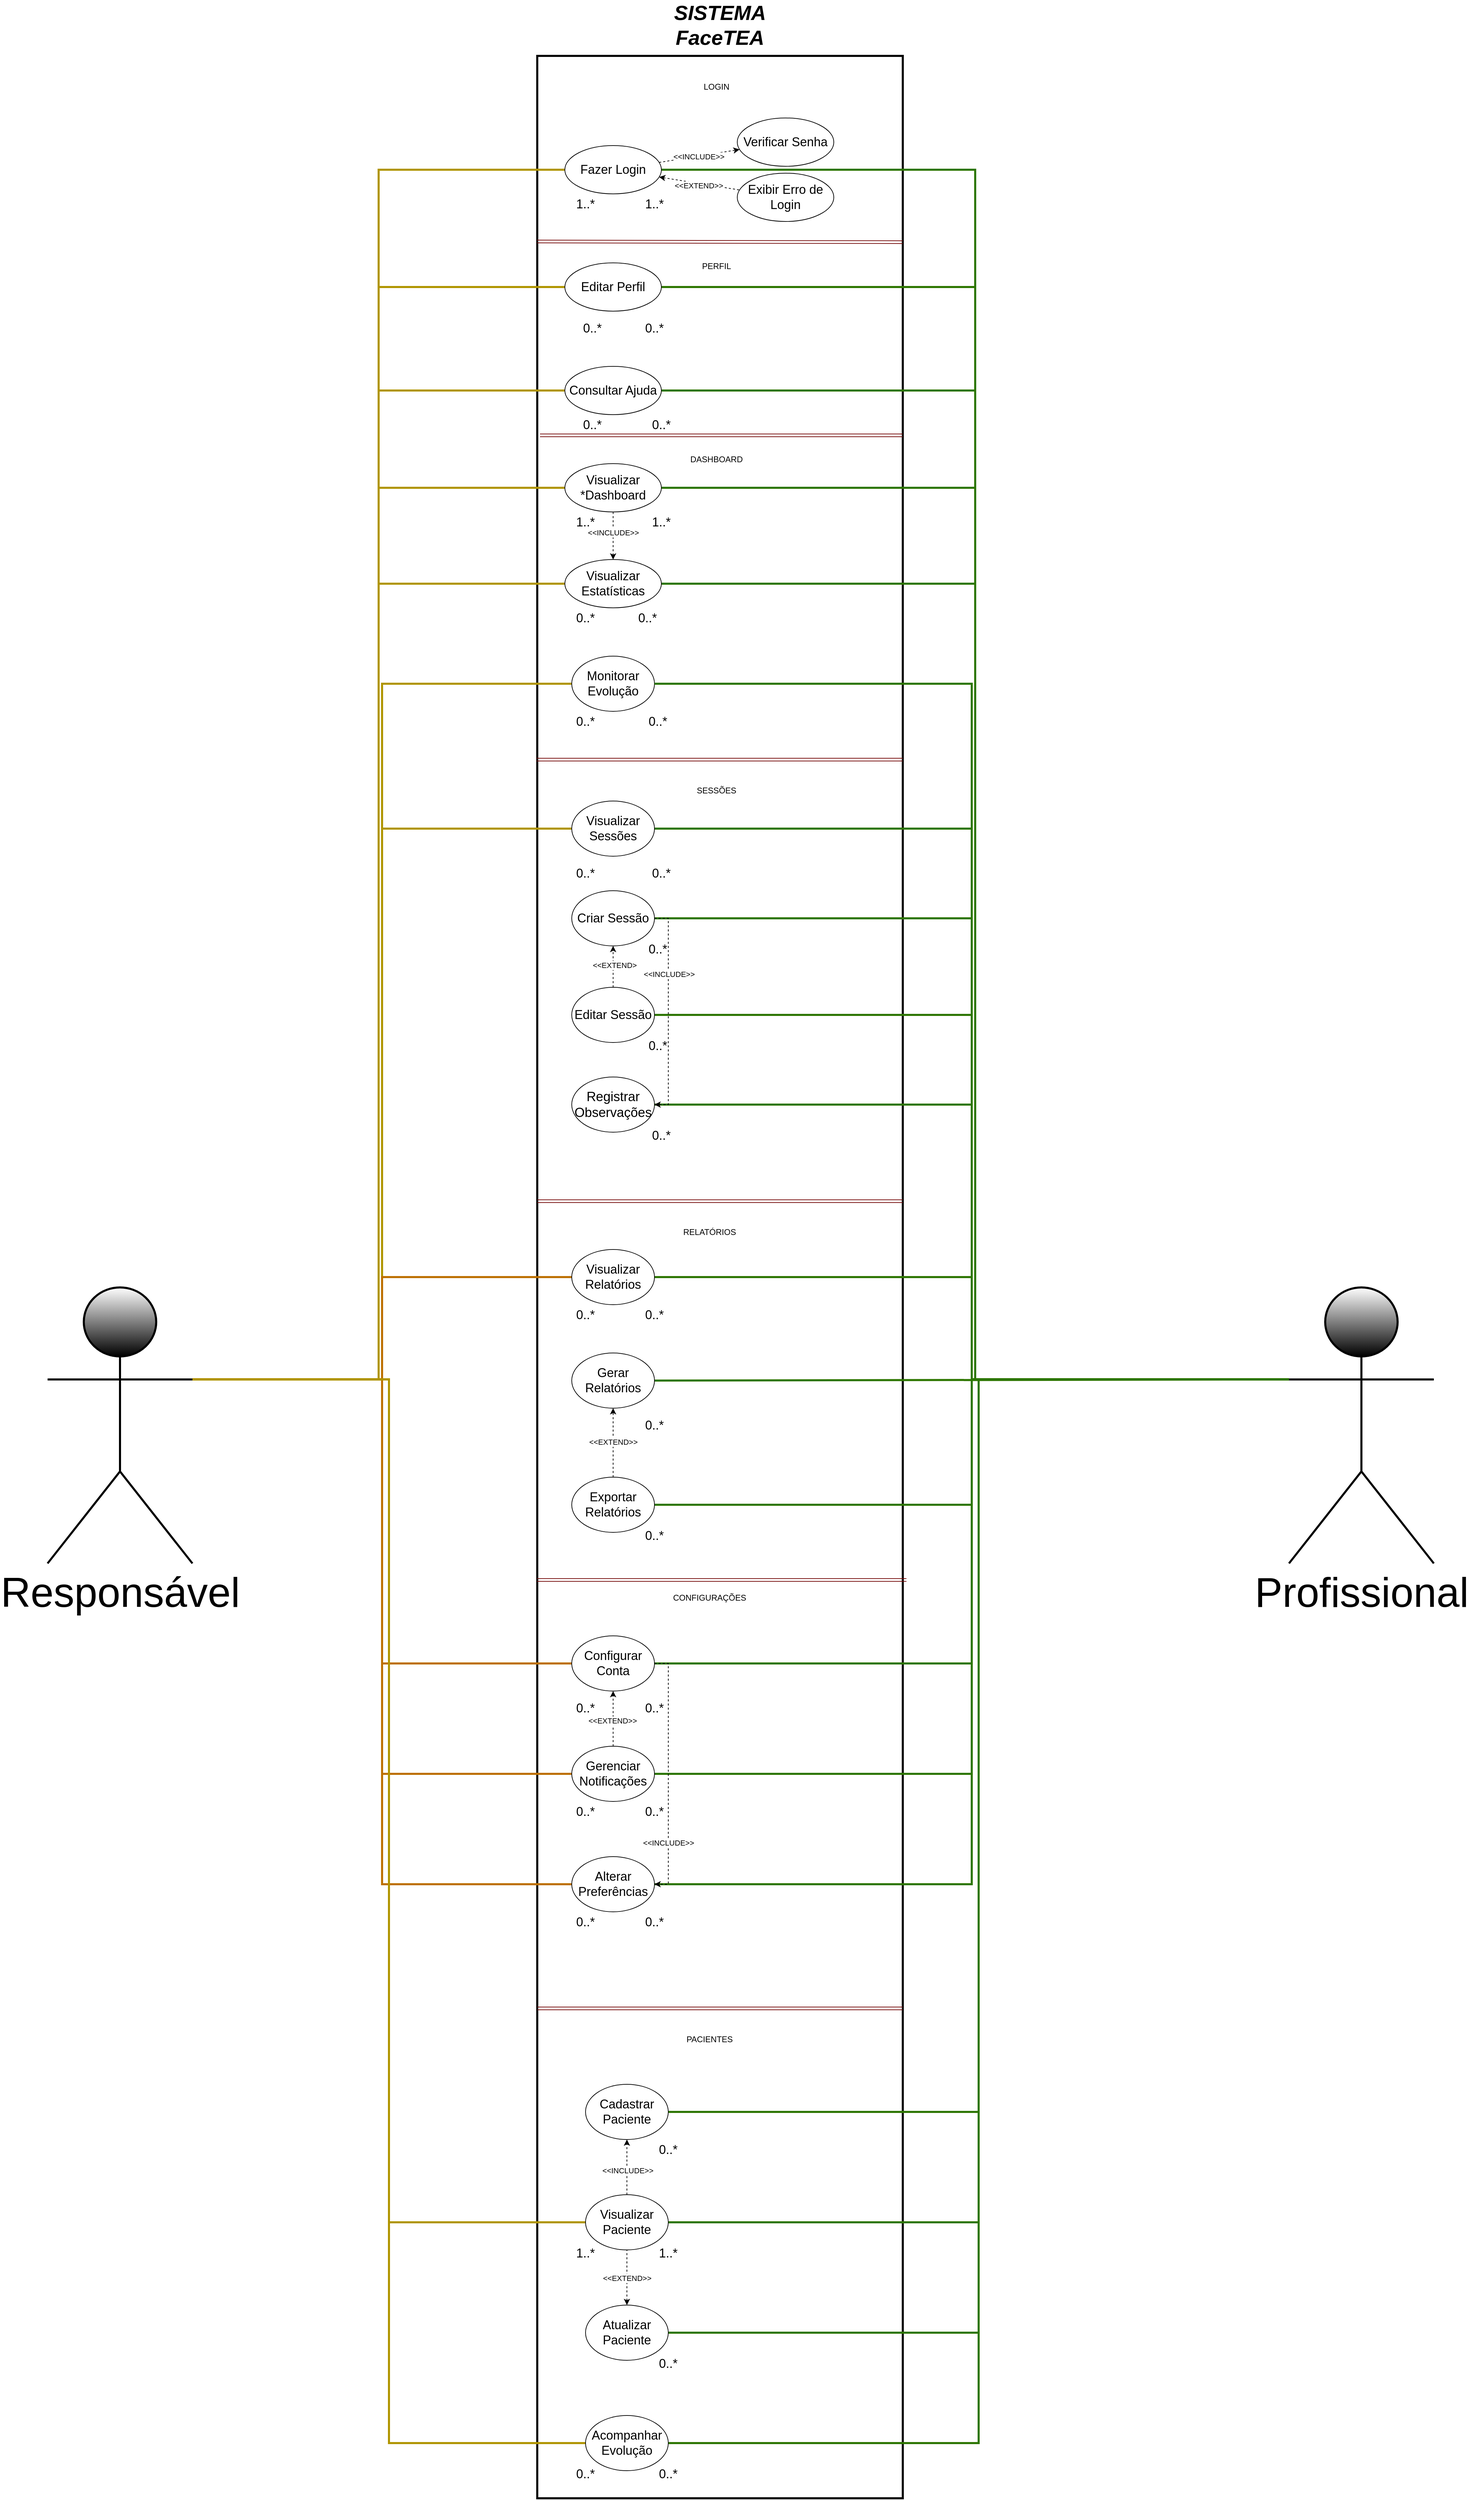
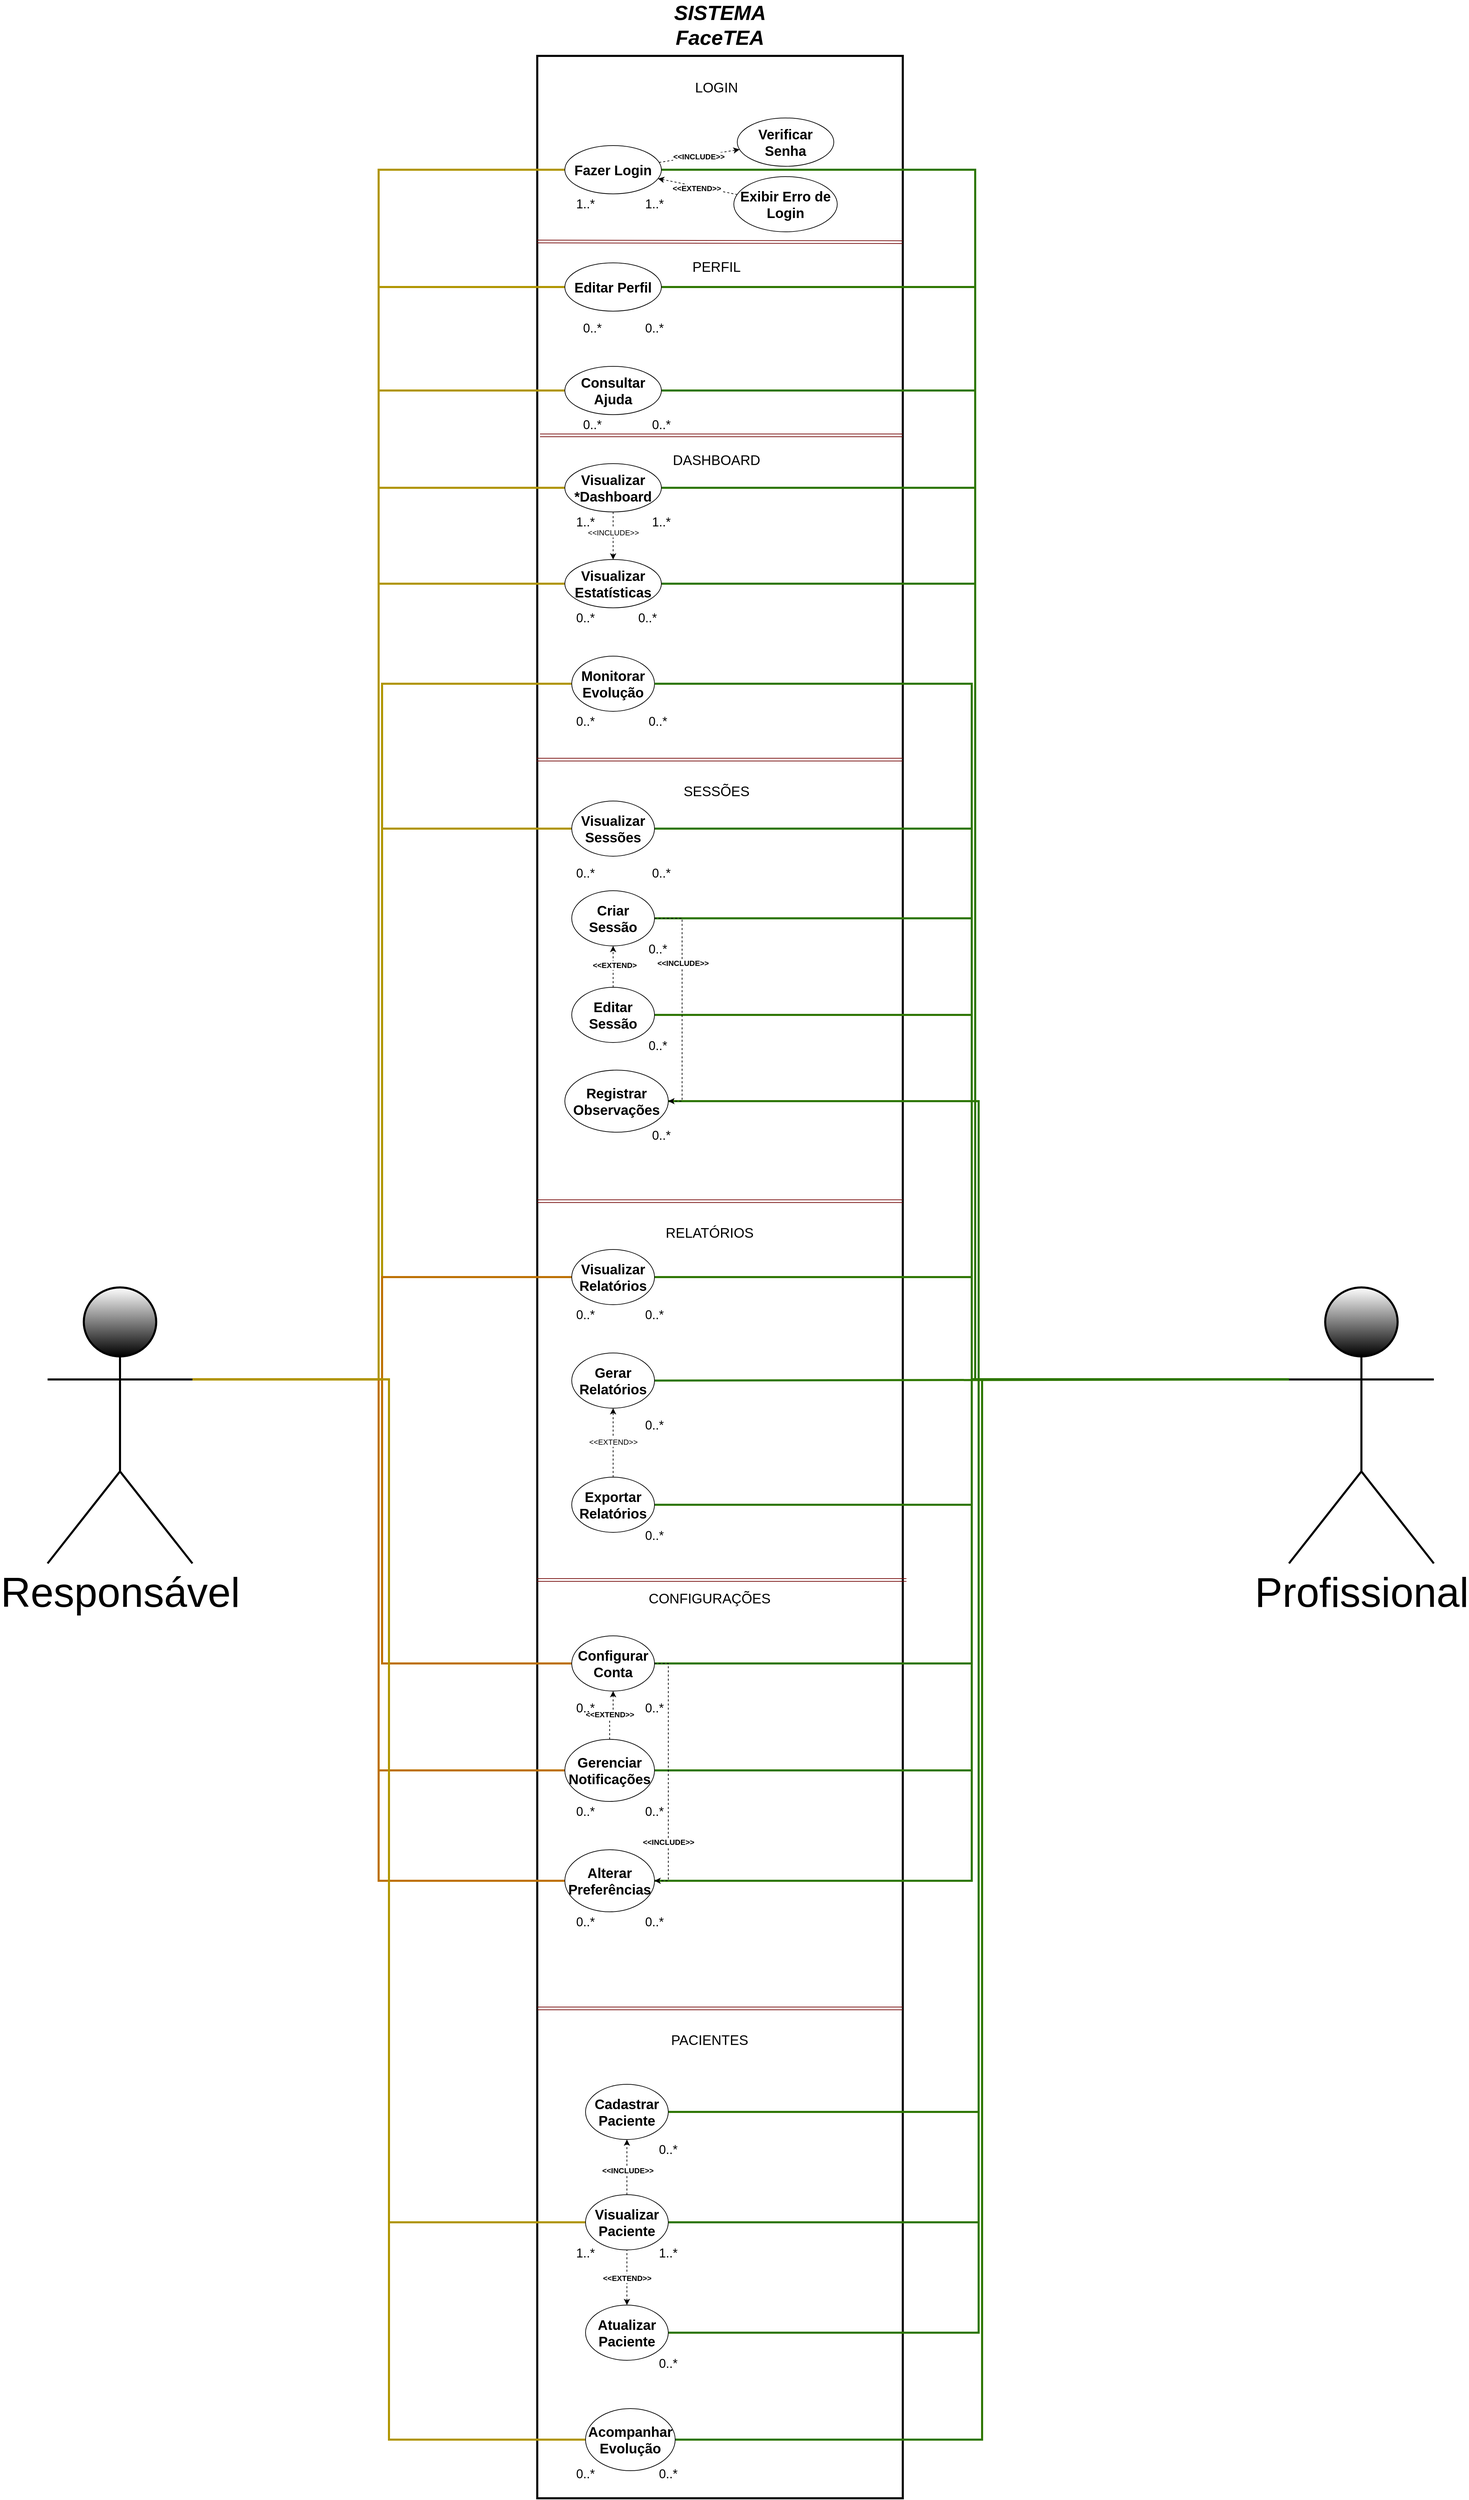
<mxfile host="app.diagrams.net">
  <diagram name="Página-1" id="wAwaVRRgKQb45Rm1WtBZ">
-     <mxGraphModel dx="2267" dy="3124" grid="1" gridSize="10" guides="1" tooltips="1" connect="1" arrows="1" fold="1" page="1" pageScale="1" pageWidth="827" pageHeight="1169" background="light-dark(#FFFFFF,#000000)" math="0" shadow="0">
+     <mxGraphModel dx="1947" dy="2949" grid="1" gridSize="10" guides="1" tooltips="1" connect="1" arrows="1" fold="1" page="1" pageScale="1" pageWidth="827" pageHeight="1169" background="light-dark(#FFFFFF,#000000)" math="0" shadow="0">
      <root>
        <mxCell id="0" />
        <mxCell id="1" parent="0" />
        <mxCell id="7WdlsepIOddqpcRV5udR-1" parent="1" style="html=1;whiteSpace=wrap;fillColor=default;glass=0;gradientColor=none;strokeWidth=3;rounded=0;" value="" vertex="1">
          <mxGeometry height="3540" width="530" x="120" y="-1210" as="geometry" />
        </mxCell>
        <mxCell id="KA4s85TejAeM4imuWEd4-14" edge="1" parent="1" source="ZZJY9X5MEdcNh8MglXY3-1" style="rounded=0;orthogonalLoop=1;jettySize=auto;html=1;exitX=0;exitY=0.3333333333333333;exitDx=0;exitDy=0;exitPerimeter=0;entryX=1;entryY=0.5;entryDx=0;entryDy=0;endArrow=none;endFill=0;fillColor=#60a917;strokeColor=#2D7600;strokeWidth=3;edgeStyle=orthogonalEdgeStyle;" target="7WdlsepIOddqpcRV5udR-13">
          <mxGeometry relative="1" as="geometry" />
        </mxCell>
        <mxCell id="KA4s85TejAeM4imuWEd4-15" edge="1" parent="1" source="ZZJY9X5MEdcNh8MglXY3-1" style="rounded=0;orthogonalLoop=1;jettySize=auto;html=1;exitX=0;exitY=0.3333333333333333;exitDx=0;exitDy=0;exitPerimeter=0;entryX=1;entryY=0.5;entryDx=0;entryDy=0;endArrow=none;endFill=0;fillColor=#60a917;strokeColor=#2D7600;strokeWidth=3;edgeStyle=orthogonalEdgeStyle;" target="7WdlsepIOddqpcRV5udR-10">
          <mxGeometry relative="1" as="geometry" />
        </mxCell>
        <mxCell id="KA4s85TejAeM4imuWEd4-32" edge="1" parent="1" source="ZZJY9X5MEdcNh8MglXY3-1" style="rounded=0;orthogonalLoop=1;jettySize=auto;html=1;exitX=0;exitY=0.3333333333333333;exitDx=0;exitDy=0;exitPerimeter=0;entryX=1;entryY=0.5;entryDx=0;entryDy=0;fillColor=#60a917;strokeColor=#2D7600;endArrow=none;endFill=0;strokeWidth=3;edgeStyle=orthogonalEdgeStyle;" target="KA4s85TejAeM4imuWEd4-27">
          <mxGeometry relative="1" as="geometry" />
        </mxCell>
        <mxCell id="KA4s85TejAeM4imuWEd4-33" edge="1" parent="1" source="ZZJY9X5MEdcNh8MglXY3-1" style="rounded=0;orthogonalLoop=1;jettySize=auto;html=1;exitX=0;exitY=0.3333333333333333;exitDx=0;exitDy=0;exitPerimeter=0;entryX=1;entryY=0.5;entryDx=0;entryDy=0;fillColor=#60a917;strokeColor=#2D7600;endArrow=none;endFill=0;strokeWidth=3;edgeStyle=orthogonalEdgeStyle;" target="KA4s85TejAeM4imuWEd4-28">
          <mxGeometry relative="1" as="geometry" />
        </mxCell>
        <mxCell id="KA4s85TejAeM4imuWEd4-34" edge="1" parent="1" source="ZZJY9X5MEdcNh8MglXY3-1" style="rounded=0;orthogonalLoop=1;jettySize=auto;html=1;exitX=0;exitY=0.3333333333333333;exitDx=0;exitDy=0;exitPerimeter=0;entryX=1;entryY=0.5;entryDx=0;entryDy=0;fillColor=#60a917;strokeColor=#2D7600;endArrow=none;endFill=0;strokeWidth=3;edgeStyle=orthogonalEdgeStyle;" target="KA4s85TejAeM4imuWEd4-29">
          <mxGeometry relative="1" as="geometry" />
        </mxCell>
        <mxCell id="KA4s85TejAeM4imuWEd4-35" edge="1" parent="1" source="ZZJY9X5MEdcNh8MglXY3-1" style="rounded=0;orthogonalLoop=1;jettySize=auto;html=1;exitX=0;exitY=0.3333333333333333;exitDx=0;exitDy=0;exitPerimeter=0;entryX=1;entryY=0.5;entryDx=0;entryDy=0;fillColor=#60a917;strokeColor=#2D7600;endArrow=none;endFill=0;strokeWidth=3;edgeStyle=orthogonalEdgeStyle;" target="KA4s85TejAeM4imuWEd4-30">
          <mxGeometry relative="1" as="geometry" />
        </mxCell>
        <mxCell id="vPLh9CCOrqmOp60KRUP1-12" edge="1" parent="1" source="ZZJY9X5MEdcNh8MglXY3-1" style="edgeStyle=orthogonalEdgeStyle;rounded=0;orthogonalLoop=1;jettySize=auto;html=1;exitX=0;exitY=0.3333333333333333;exitDx=0;exitDy=0;exitPerimeter=0;entryX=1;entryY=0.5;entryDx=0;entryDy=0;fillColor=#60a917;strokeColor=#2D7600;strokeWidth=3;endArrow=none;endFill=0;" target="vPLh9CCOrqmOp60KRUP1-8">
          <mxGeometry relative="1" as="geometry" />
        </mxCell>
        <mxCell id="vPLh9CCOrqmOp60KRUP1-13" edge="1" parent="1" source="ZZJY9X5MEdcNh8MglXY3-1" style="edgeStyle=none;rounded=0;orthogonalLoop=1;jettySize=auto;html=1;exitX=0;exitY=0.3333333333333333;exitDx=0;exitDy=0;exitPerimeter=0;entryX=1;entryY=0.5;entryDx=0;entryDy=0;fillColor=#60a917;strokeColor=#2D7600;strokeWidth=3;endArrow=none;endFill=0;" target="vPLh9CCOrqmOp60KRUP1-10">
          <mxGeometry relative="1" as="geometry" />
        </mxCell>
        <mxCell id="vPLh9CCOrqmOp60KRUP1-14" edge="1" parent="1" source="ZZJY9X5MEdcNh8MglXY3-1" style="edgeStyle=orthogonalEdgeStyle;rounded=0;orthogonalLoop=1;jettySize=auto;html=1;exitX=0;exitY=0.3333333333333333;exitDx=0;exitDy=0;exitPerimeter=0;entryX=1;entryY=0.5;entryDx=0;entryDy=0;fillColor=#60a917;strokeColor=#2D7600;strokeWidth=3;endArrow=none;endFill=0;" target="vPLh9CCOrqmOp60KRUP1-9">
          <mxGeometry relative="1" as="geometry" />
        </mxCell>
        <mxCell id="nn_2OTvaOABaz-Tw27n3-1" edge="1" parent="1" source="ZZJY9X5MEdcNh8MglXY3-1" style="rounded=0;orthogonalLoop=1;jettySize=auto;html=1;exitX=0;exitY=0.3333333333333333;exitDx=0;exitDy=0;exitPerimeter=0;entryX=1;entryY=0.5;entryDx=0;entryDy=0;strokeWidth=3;fillColor=#60a917;strokeColor=#2D7600;endArrow=none;endFill=0;edgeStyle=orthogonalEdgeStyle;" target="vPLh9CCOrqmOp60KRUP1-21">
          <mxGeometry relative="1" as="geometry" />
        </mxCell>
        <mxCell id="nn_2OTvaOABaz-Tw27n3-2" edge="1" parent="1" source="ZZJY9X5MEdcNh8MglXY3-1" style="rounded=0;orthogonalLoop=1;jettySize=auto;html=1;entryX=1;entryY=0.5;entryDx=0;entryDy=0;strokeWidth=3;fillColor=#60a917;strokeColor=#2D7600;endArrow=none;endFill=0;exitX=0;exitY=0.3333333333333333;exitDx=0;exitDy=0;exitPerimeter=0;edgeStyle=orthogonalEdgeStyle;" target="vPLh9CCOrqmOp60KRUP1-22">
          <mxGeometry relative="1" as="geometry" />
        </mxCell>
        <mxCell id="nn_2OTvaOABaz-Tw27n3-3" edge="1" parent="1" source="ZZJY9X5MEdcNh8MglXY3-1" style="rounded=0;orthogonalLoop=1;jettySize=auto;html=1;exitX=0;exitY=0.3333333333333333;exitDx=0;exitDy=0;exitPerimeter=0;entryX=1;entryY=0.5;entryDx=0;entryDy=0;fillColor=#60a917;strokeColor=#2D7600;strokeWidth=3;endArrow=none;endFill=0;edgeStyle=orthogonalEdgeStyle;" target="vPLh9CCOrqmOp60KRUP1-23">
          <mxGeometry relative="1" as="geometry" />
        </mxCell>
        <mxCell id="nn_2OTvaOABaz-Tw27n3-34" edge="1" parent="1" source="ZZJY9X5MEdcNh8MglXY3-1" style="rounded=0;orthogonalLoop=1;jettySize=auto;html=1;exitX=0;exitY=0.3333333333333333;exitDx=0;exitDy=0;exitPerimeter=0;entryX=1;entryY=0.5;entryDx=0;entryDy=0;endArrow=none;endFill=0;strokeWidth=3;fillColor=#60a917;strokeColor=#2D7600;edgeStyle=orthogonalEdgeStyle;" target="nn_2OTvaOABaz-Tw27n3-33">
          <mxGeometry relative="1" as="geometry" />
        </mxCell>
        <mxCell id="nn_2OTvaOABaz-Tw27n3-35" edge="1" parent="1" source="ZZJY9X5MEdcNh8MglXY3-1" style="rounded=0;orthogonalLoop=1;jettySize=auto;html=1;exitX=0;exitY=0.3333333333333333;exitDx=0;exitDy=0;exitPerimeter=0;entryX=1;entryY=0.5;entryDx=0;entryDy=0;endArrow=none;endFill=0;strokeWidth=3;fillColor=#60a917;strokeColor=#2D7600;edgeStyle=orthogonalEdgeStyle;" target="nn_2OTvaOABaz-Tw27n3-32">
          <mxGeometry relative="1" as="geometry" />
        </mxCell>
        <mxCell id="nn_2OTvaOABaz-Tw27n3-36" edge="1" parent="1" source="ZZJY9X5MEdcNh8MglXY3-1" style="rounded=0;orthogonalLoop=1;jettySize=auto;html=1;exitX=0;exitY=0.3333333333333333;exitDx=0;exitDy=0;exitPerimeter=0;entryX=1;entryY=0.5;entryDx=0;entryDy=0;endArrow=none;endFill=0;strokeWidth=3;fillColor=#60a917;strokeColor=#2D7600;edgeStyle=orthogonalEdgeStyle;" target="nn_2OTvaOABaz-Tw27n3-31">
          <mxGeometry relative="1" as="geometry" />
        </mxCell>
        <mxCell id="nn_2OTvaOABaz-Tw27n3-37" edge="1" parent="1" source="ZZJY9X5MEdcNh8MglXY3-1" style="rounded=0;orthogonalLoop=1;jettySize=auto;html=1;exitX=0;exitY=0.3333333333333333;exitDx=0;exitDy=0;exitPerimeter=0;entryX=1;entryY=0.5;entryDx=0;entryDy=0;endArrow=none;endFill=0;strokeWidth=3;fillColor=#60a917;strokeColor=#2D7600;edgeStyle=orthogonalEdgeStyle;" target="nn_2OTvaOABaz-Tw27n3-30">
          <mxGeometry relative="1" as="geometry" />
        </mxCell>
        <mxCell id="ZZJY9X5MEdcNh8MglXY3-1" parent="1" style="shape=umlActor;verticalLabelPosition=bottom;verticalAlign=top;html=1;fillColor=default;gradientColor=default;rounded=0;strokeWidth=3;" value="&lt;font style=&quot;font-size: 60px;&quot;&gt;Profissional&lt;/font&gt;" vertex="1">
          <mxGeometry height="400" width="210" x="1210" y="575" as="geometry" />
        </mxCell>
        <mxCell id="7WdlsepIOddqpcRV5udR-16" edge="1" parent="1" source="7WdlsepIOddqpcRV5udR-3" style="rounded=0;orthogonalLoop=1;jettySize=auto;html=1;dashed=1;" target="7WdlsepIOddqpcRV5udR-15">
          <mxGeometry relative="1" as="geometry" />
        </mxCell>
-         <mxCell id="KA4s85TejAeM4imuWEd4-2" connectable="0" parent="7WdlsepIOddqpcRV5udR-16" style="edgeLabel;html=1;align=center;verticalAlign=middle;resizable=0;points=[];rounded=0;" value="&amp;lt;&amp;lt;INCLUDE&amp;gt;&amp;gt;" vertex="1">
+         <mxCell id="KA4s85TejAeM4imuWEd4-2" connectable="0" parent="7WdlsepIOddqpcRV5udR-16" style="edgeLabel;html=1;align=center;verticalAlign=middle;resizable=0;points=[];rounded=0;" value="&lt;b&gt;&amp;lt;&amp;lt;INCLUDE&amp;gt;&amp;gt;&lt;/b&gt;" vertex="1">
          <mxGeometry relative="1" x="-0.0277" as="geometry">
            <mxPoint as="offset" />
          </mxGeometry>
        </mxCell>
        <mxCell id="7WdlsepIOddqpcRV5udR-17" edge="1" parent="1" source="7WdlsepIOddqpcRV5udR-3" style="rounded=0;orthogonalLoop=1;jettySize=auto;html=1;dashed=1;startArrow=classic;startFill=1;endArrow=none;endFill=0;" target="7WdlsepIOddqpcRV5udR-14">
          <mxGeometry relative="1" as="geometry" />
        </mxCell>
-         <mxCell id="KA4s85TejAeM4imuWEd4-3" connectable="0" parent="7WdlsepIOddqpcRV5udR-17" style="edgeLabel;html=1;align=center;verticalAlign=middle;resizable=0;points=[];rounded=0;" value="&amp;lt;&amp;lt;EXTEND&amp;gt;&amp;gt;" vertex="1">
+         <mxCell id="KA4s85TejAeM4imuWEd4-3" connectable="0" parent="7WdlsepIOddqpcRV5udR-17" style="edgeLabel;html=1;align=center;verticalAlign=middle;resizable=0;points=[];rounded=0;" value="&lt;b&gt;&amp;lt;&amp;lt;EXTEND&amp;gt;&amp;gt;&lt;/b&gt;" vertex="1">
          <mxGeometry relative="1" x="-0.0185" y="-3" as="geometry">
            <mxPoint as="offset" />
          </mxGeometry>
        </mxCell>
        <mxCell id="7WdlsepIOddqpcRV5udR-21" edge="1" parent="1" source="7WdlsepIOddqpcRV5udR-3" style="rounded=0;orthogonalLoop=1;jettySize=auto;html=1;exitX=1;exitY=0.5;exitDx=0;exitDy=0;endArrow=none;endFill=0;entryX=0;entryY=0.3333333333333333;entryDx=0;entryDy=0;entryPerimeter=0;startArrow=none;startFill=0;fillColor=#60a917;strokeColor=#2D7600;strokeWidth=3;edgeStyle=orthogonalEdgeStyle;" target="ZZJY9X5MEdcNh8MglXY3-1">
          <mxGeometry relative="1" as="geometry" />
        </mxCell>
        <mxCell id="7WdlsepIOddqpcRV5udR-22" edge="1" parent="1" source="7WdlsepIOddqpcRV5udR-3" style="rounded=0;orthogonalLoop=1;jettySize=auto;html=1;exitX=0;exitY=0.5;exitDx=0;exitDy=0;endArrow=none;endFill=0;entryX=1;entryY=0.3333333333333333;entryDx=0;entryDy=0;entryPerimeter=0;startArrow=none;startFill=0;edgeStyle=orthogonalEdgeStyle;fillColor=#e3c800;strokeColor=#B09500;strokeWidth=3;" target="7WdlsepIOddqpcRV5udR-9">
          <mxGeometry relative="1" as="geometry">
            <mxPoint x="-10" y="-970" as="targetPoint" />
          </mxGeometry>
        </mxCell>
-         <mxCell id="7WdlsepIOddqpcRV5udR-3" parent="1" style="ellipse;whiteSpace=wrap;html=1;rounded=0;" value="&lt;font style=&quot;font-size: 18px;&quot;&gt;Fazer Login&lt;/font&gt;" vertex="1">
+         <mxCell id="7WdlsepIOddqpcRV5udR-3" parent="1" style="ellipse;whiteSpace=wrap;html=1;rounded=0;" value="&lt;font style=&quot;font-size: 20px;&quot;&gt;&lt;b style=&quot;&quot;&gt;Fazer Login&lt;/b&gt;&lt;/font&gt;" vertex="1">
          <mxGeometry height="70" width="140" x="160" y="-1080" as="geometry" />
        </mxCell>
        <mxCell id="KA4s85TejAeM4imuWEd4-6" edge="1" parent="1" source="7WdlsepIOddqpcRV5udR-9" style="rounded=0;orthogonalLoop=1;jettySize=auto;html=1;exitX=1;exitY=0.3333333333333333;exitDx=0;exitDy=0;exitPerimeter=0;entryX=0;entryY=0.5;entryDx=0;entryDy=0;endArrow=none;endFill=0;edgeStyle=orthogonalEdgeStyle;fillColor=#e3c800;strokeColor=#B09500;strokeWidth=3;" target="7WdlsepIOddqpcRV5udR-13">
          <mxGeometry relative="1" as="geometry" />
        </mxCell>
        <mxCell id="KA4s85TejAeM4imuWEd4-7" edge="1" parent="1" source="7WdlsepIOddqpcRV5udR-9" style="rounded=0;orthogonalLoop=1;jettySize=auto;html=1;exitX=1;exitY=0.3333333333333333;exitDx=0;exitDy=0;exitPerimeter=0;entryX=0;entryY=0.5;entryDx=0;entryDy=0;endArrow=none;endFill=0;edgeStyle=orthogonalEdgeStyle;fillColor=#e3c800;strokeColor=#B09500;strokeWidth=3;" target="7WdlsepIOddqpcRV5udR-10">
          <mxGeometry relative="1" as="geometry" />
        </mxCell>
        <mxCell id="KA4s85TejAeM4imuWEd4-8" edge="1" parent="1" source="7WdlsepIOddqpcRV5udR-9" style="rounded=0;orthogonalLoop=1;jettySize=auto;html=1;exitX=1;exitY=0.3333333333333333;exitDx=0;exitDy=0;exitPerimeter=0;entryX=0;entryY=0.5;entryDx=0;entryDy=0;endArrow=none;endFill=0;edgeStyle=orthogonalEdgeStyle;fillColor=#e3c800;strokeColor=#B09500;strokeWidth=3;" target="KA4s85TejAeM4imuWEd4-4">
          <mxGeometry relative="1" as="geometry" />
        </mxCell>
        <mxCell id="KA4s85TejAeM4imuWEd4-31" edge="1" parent="1" source="7WdlsepIOddqpcRV5udR-9" style="rounded=0;orthogonalLoop=1;jettySize=auto;html=1;exitX=1;exitY=0.3333333333333333;exitDx=0;exitDy=0;exitPerimeter=0;entryX=0;entryY=0.5;entryDx=0;entryDy=0;endArrow=none;endFill=0;fillColor=#e3c800;strokeColor=#B09500;strokeWidth=3;edgeStyle=orthogonalEdgeStyle;" target="KA4s85TejAeM4imuWEd4-27">
          <mxGeometry relative="1" as="geometry" />
        </mxCell>
        <mxCell id="vPLh9CCOrqmOp60KRUP1-15" edge="1" parent="1" source="7WdlsepIOddqpcRV5udR-9" style="edgeStyle=orthogonalEdgeStyle;rounded=0;orthogonalLoop=1;jettySize=auto;html=1;exitX=1;exitY=0.3333333333333333;exitDx=0;exitDy=0;exitPerimeter=0;entryX=0;entryY=0.5;entryDx=0;entryDy=0;fillColor=#f0a30a;strokeColor=#BD7000;strokeWidth=3;endArrow=none;endFill=0;" target="vPLh9CCOrqmOp60KRUP1-8">
          <mxGeometry relative="1" as="geometry" />
        </mxCell>
        <mxCell id="nn_2OTvaOABaz-Tw27n3-4" edge="1" parent="1" source="7WdlsepIOddqpcRV5udR-9" style="edgeStyle=orthogonalEdgeStyle;rounded=0;orthogonalLoop=1;jettySize=auto;html=1;exitX=1;exitY=0.3333333333333333;exitDx=0;exitDy=0;exitPerimeter=0;entryX=0;entryY=0.5;entryDx=0;entryDy=0;fillColor=#f0a30a;strokeColor=#BD7000;strokeWidth=3;endArrow=none;endFill=0;" target="vPLh9CCOrqmOp60KRUP1-21">
          <mxGeometry relative="1" as="geometry" />
        </mxCell>
        <mxCell id="nn_2OTvaOABaz-Tw27n3-5" edge="1" parent="1" source="7WdlsepIOddqpcRV5udR-9" style="edgeStyle=orthogonalEdgeStyle;rounded=0;orthogonalLoop=1;jettySize=auto;html=1;exitX=1;exitY=0.3333333333333333;exitDx=0;exitDy=0;exitPerimeter=0;entryX=0;entryY=0.5;entryDx=0;entryDy=0;strokeWidth=3;fillColor=#f0a30a;strokeColor=#BD7000;endArrow=none;endFill=0;" target="vPLh9CCOrqmOp60KRUP1-22">
          <mxGeometry relative="1" as="geometry" />
        </mxCell>
        <mxCell id="nn_2OTvaOABaz-Tw27n3-6" edge="1" parent="1" source="7WdlsepIOddqpcRV5udR-9" style="edgeStyle=orthogonalEdgeStyle;rounded=0;orthogonalLoop=1;jettySize=auto;html=1;exitX=1;exitY=0.3333333333333333;exitDx=0;exitDy=0;exitPerimeter=0;entryX=0;entryY=0.5;entryDx=0;entryDy=0;strokeWidth=3;fillColor=#f0a30a;strokeColor=#BD7000;endArrow=none;endFill=0;" target="vPLh9CCOrqmOp60KRUP1-23">
          <mxGeometry relative="1" as="geometry" />
        </mxCell>
        <mxCell id="nn_2OTvaOABaz-Tw27n3-38" edge="1" parent="1" source="7WdlsepIOddqpcRV5udR-9" style="rounded=0;orthogonalLoop=1;jettySize=auto;html=1;exitX=1;exitY=0.3333333333333333;exitDx=0;exitDy=0;exitPerimeter=0;entryX=0;entryY=0.5;entryDx=0;entryDy=0;strokeWidth=3;fillColor=#e3c800;strokeColor=#B09500;endArrow=none;endFill=0;edgeStyle=orthogonalEdgeStyle;" target="nn_2OTvaOABaz-Tw27n3-32">
          <mxGeometry relative="1" as="geometry" />
        </mxCell>
        <mxCell id="nn_2OTvaOABaz-Tw27n3-39" edge="1" parent="1" source="7WdlsepIOddqpcRV5udR-9" style="rounded=0;orthogonalLoop=1;jettySize=auto;html=1;exitX=1;exitY=0.3333333333333333;exitDx=0;exitDy=0;exitPerimeter=0;entryX=0;entryY=0.5;entryDx=0;entryDy=0;endArrow=none;endFill=0;fillColor=#e3c800;strokeColor=#B09500;strokeWidth=3;edgeStyle=orthogonalEdgeStyle;" target="nn_2OTvaOABaz-Tw27n3-30">
          <mxGeometry relative="1" as="geometry" />
        </mxCell>
        <mxCell id="7WdlsepIOddqpcRV5udR-9" parent="1" style="shape=umlActor;verticalLabelPosition=bottom;verticalAlign=top;html=1;gradientColor=default;rounded=0;strokeWidth=3;" value="&lt;div&gt;&lt;font style=&quot;font-size: 60px;&quot;&gt;Responsável&lt;/font&gt;&lt;/div&gt;" vertex="1">
          <mxGeometry height="400" width="210" x="-590" y="575" as="geometry" />
        </mxCell>
-         <mxCell id="7WdlsepIOddqpcRV5udR-10" parent="1" style="ellipse;whiteSpace=wrap;html=1;rounded=0;" value="&lt;font style=&quot;font-size: 18px;&quot;&gt;Visualizar Estatísticas&lt;/font&gt;" vertex="1">
+         <mxCell id="7WdlsepIOddqpcRV5udR-10" parent="1" style="ellipse;whiteSpace=wrap;html=1;rounded=0;" value="&lt;font style=&quot;font-size: 20px;&quot;&gt;&lt;b style=&quot;&quot;&gt;Visualizar Estatísticas&lt;/b&gt;&lt;/font&gt;" vertex="1">
          <mxGeometry height="70" width="140" x="160" y="-480" as="geometry" />
        </mxCell>
        <mxCell id="Rj_CHpg7RlAdNL90p3Py-11" edge="1" parent="1" source="7WdlsepIOddqpcRV5udR-11" style="rounded=0;orthogonalLoop=1;jettySize=auto;html=1;exitX=1;exitY=0.5;exitDx=0;exitDy=0;endArrow=none;endFill=0;entryX=0;entryY=0.3333333333333333;entryDx=0;entryDy=0;entryPerimeter=0;startArrow=none;startFill=0;fillColor=#60a917;strokeColor=#2D7600;strokeWidth=3;edgeStyle=orthogonalEdgeStyle;" target="ZZJY9X5MEdcNh8MglXY3-1">
          <mxGeometry relative="1" as="geometry">
            <mxPoint y="-1210" as="targetPoint" />
          </mxGeometry>
        </mxCell>
        <mxCell id="Rj_CHpg7RlAdNL90p3Py-12" edge="1" parent="1" source="7WdlsepIOddqpcRV5udR-11" style="rounded=0;orthogonalLoop=1;jettySize=auto;html=1;exitX=0;exitY=0.5;exitDx=0;exitDy=0;endArrow=none;endFill=0;entryX=1;entryY=0.3333333333333333;entryDx=0;entryDy=0;entryPerimeter=0;startArrow=none;startFill=0;edgeStyle=orthogonalEdgeStyle;fillColor=#e3c800;strokeColor=#B09500;strokeWidth=3;" target="7WdlsepIOddqpcRV5udR-9">
          <mxGeometry relative="1" as="geometry">
            <mxPoint x="10" y="-820" as="targetPoint" />
          </mxGeometry>
        </mxCell>
-         <mxCell id="7WdlsepIOddqpcRV5udR-11" parent="1" style="ellipse;whiteSpace=wrap;html=1;rounded=0;" value="&lt;font style=&quot;font-size: 18px;&quot;&gt;Consultar Ajuda&lt;/font&gt;" vertex="1">
+         <mxCell id="7WdlsepIOddqpcRV5udR-11" parent="1" style="ellipse;whiteSpace=wrap;html=1;rounded=0;" value="&lt;font style=&quot;font-size: 20px;&quot;&gt;&lt;b style=&quot;&quot;&gt;Consultar Ajuda&lt;/b&gt;&lt;/font&gt;" vertex="1">
          <mxGeometry height="70" width="140" x="160" y="-760" as="geometry" />
        </mxCell>
        <mxCell id="Rj_CHpg7RlAdNL90p3Py-4" edge="1" parent="1" source="7WdlsepIOddqpcRV5udR-12" style="rounded=0;orthogonalLoop=1;jettySize=auto;html=1;exitX=1;exitY=0.5;exitDx=0;exitDy=0;endArrow=none;endFill=0;entryX=0;entryY=0.3333333333333333;entryDx=0;entryDy=0;entryPerimeter=0;startArrow=none;startFill=0;fillColor=#60a917;strokeColor=#2D7600;strokeWidth=3;edgeStyle=orthogonalEdgeStyle;" target="ZZJY9X5MEdcNh8MglXY3-1">
          <mxGeometry relative="1" as="geometry">
            <mxPoint x="-10" y="-1100" as="targetPoint" />
          </mxGeometry>
        </mxCell>
        <mxCell id="Rj_CHpg7RlAdNL90p3Py-5" edge="1" parent="1" source="7WdlsepIOddqpcRV5udR-12" style="rounded=0;orthogonalLoop=1;jettySize=auto;html=1;exitX=0;exitY=0.5;exitDx=0;exitDy=0;endArrow=none;endFill=0;entryX=1;entryY=0.3333333333333333;entryDx=0;entryDy=0;entryPerimeter=0;startArrow=none;startFill=0;edgeStyle=orthogonalEdgeStyle;fillColor=#e3c800;strokeColor=#B09500;strokeWidth=3;" target="7WdlsepIOddqpcRV5udR-9">
          <mxGeometry relative="1" as="geometry">
            <mxPoint x="-10" y="-970" as="targetPoint" />
          </mxGeometry>
        </mxCell>
-         <mxCell id="7WdlsepIOddqpcRV5udR-12" parent="1" style="ellipse;whiteSpace=wrap;html=1;rounded=0;" value="&lt;font style=&quot;font-size: 18px;&quot;&gt;Editar Perfil&lt;/font&gt;" vertex="1">
+         <mxCell id="7WdlsepIOddqpcRV5udR-12" parent="1" style="ellipse;whiteSpace=wrap;html=1;rounded=0;" value="&lt;font style=&quot;font-size: 20px;&quot;&gt;&lt;b style=&quot;&quot;&gt;Editar Perfil&lt;/b&gt;&lt;/font&gt;" vertex="1">
          <mxGeometry height="70" width="140" x="160" y="-910" as="geometry" />
        </mxCell>
        <mxCell id="KA4s85TejAeM4imuWEd4-17" edge="1" parent="1" source="7WdlsepIOddqpcRV5udR-13" style="edgeStyle=orthogonalEdgeStyle;rounded=0;orthogonalLoop=1;jettySize=auto;html=1;exitX=0.5;exitY=1;exitDx=0;exitDy=0;entryX=0.5;entryY=0;entryDx=0;entryDy=0;dashed=1;" target="7WdlsepIOddqpcRV5udR-10">
          <mxGeometry relative="1" as="geometry" />
        </mxCell>
        <mxCell id="KA4s85TejAeM4imuWEd4-18" connectable="0" parent="KA4s85TejAeM4imuWEd4-17" style="edgeLabel;html=1;align=center;verticalAlign=middle;resizable=0;points=[];rounded=0;" value="&amp;lt;&amp;lt;INCLUDE&amp;gt;&amp;gt;" vertex="1">
          <mxGeometry relative="1" x="-0.1369" as="geometry">
            <mxPoint as="offset" />
          </mxGeometry>
        </mxCell>
-         <mxCell id="7WdlsepIOddqpcRV5udR-13" parent="1" style="ellipse;whiteSpace=wrap;html=1;rounded=0;" value="&lt;font style=&quot;font-size: 18px;&quot;&gt;Visualizar *Dashboard&lt;/font&gt;" vertex="1">
+         <mxCell id="7WdlsepIOddqpcRV5udR-13" parent="1" style="ellipse;whiteSpace=wrap;html=1;rounded=0;" value="&lt;font style=&quot;font-size: 20px;&quot;&gt;&lt;b style=&quot;&quot;&gt;Visualizar *Dashboard&lt;/b&gt;&lt;/font&gt;" vertex="1">
          <mxGeometry height="70" width="140" x="160" y="-619" as="geometry" />
        </mxCell>
-         <mxCell id="7WdlsepIOddqpcRV5udR-14" parent="1" style="ellipse;whiteSpace=wrap;html=1;rounded=0;" value="&lt;font style=&quot;font-size: 18px;&quot;&gt;Exibir Erro de Login&lt;/font&gt;" vertex="1">
-           <mxGeometry height="70" width="140" x="410" y="-1040" as="geometry" />
-         </mxCell>
-         <mxCell id="7WdlsepIOddqpcRV5udR-15" parent="1" style="ellipse;whiteSpace=wrap;html=1;rounded=0;" value="&lt;font style=&quot;font-size: 18px;&quot;&gt;Verificar Senha&lt;/font&gt;" vertex="1">
+         <mxCell id="7WdlsepIOddqpcRV5udR-14" parent="1" style="ellipse;whiteSpace=wrap;html=1;rounded=0;" value="&lt;font style=&quot;font-size: 20px;&quot;&gt;&lt;b style=&quot;&quot;&gt;Exibir Erro de Login&lt;/b&gt;&lt;/font&gt;" vertex="1">
+           <mxGeometry height="80" width="150" x="405" y="-1035" as="geometry" />
+         </mxCell>
+         <mxCell id="7WdlsepIOddqpcRV5udR-15" parent="1" style="ellipse;whiteSpace=wrap;html=1;rounded=0;" value="&lt;font style=&quot;font-size: 20px;&quot;&gt;&lt;b style=&quot;&quot;&gt;Verificar Senha&lt;/b&gt;&lt;/font&gt;" vertex="1">
          <mxGeometry height="70" width="140" x="410" y="-1120" as="geometry" />
        </mxCell>
        <mxCell id="Rj_CHpg7RlAdNL90p3Py-1" parent="1" style="text;html=1;whiteSpace=wrap;strokeColor=none;fillColor=none;align=center;verticalAlign=middle;rounded=0;" value="&lt;font style=&quot;font-size: 30px;&quot;&gt;&lt;i&gt;&lt;b style=&quot;background-color: light-dark(#ffffff, var(--ge-dark-color, #121212));&quot;&gt;SISTEMA FaceTEA&lt;/b&gt;&lt;/i&gt;&lt;/font&gt;" vertex="1">
          <mxGeometry height="30" width="240" x="265" y="-1270" as="geometry" />
        </mxCell>
-         <mxCell id="KA4s85TejAeM4imuWEd4-4" parent="1" style="ellipse;whiteSpace=wrap;html=1;rounded=0;" value="&lt;font style=&quot;font-size: 18px;&quot;&gt;Monitorar Evolução&lt;/font&gt;" vertex="1">
+         <mxCell id="KA4s85TejAeM4imuWEd4-4" parent="1" style="ellipse;whiteSpace=wrap;html=1;rounded=0;" value="&lt;font style=&quot;font-size: 20px;&quot;&gt;&lt;b style=&quot;&quot;&gt;Monitorar Evolução&lt;/b&gt;&lt;/font&gt;" vertex="1">
          <mxGeometry height="80" width="120" x="170" y="-340" as="geometry" />
        </mxCell>
        <mxCell id="KA4s85TejAeM4imuWEd4-16" edge="1" parent="1" source="KA4s85TejAeM4imuWEd4-4" style="rounded=0;orthogonalLoop=1;jettySize=auto;html=1;exitX=1;exitY=0.5;exitDx=0;exitDy=0;entryX=0;entryY=0.3333333333333333;entryDx=0;entryDy=0;entryPerimeter=0;endArrow=none;endFill=0;fillColor=#60a917;strokeColor=#2D7600;strokeWidth=3;edgeStyle=orthogonalEdgeStyle;" target="ZZJY9X5MEdcNh8MglXY3-1">
          <mxGeometry relative="1" as="geometry" />
        </mxCell>
        <mxCell id="KA4s85TejAeM4imuWEd4-24" edge="1" parent="1" style="shape=link;html=1;rounded=0;fillColor=#a20025;strokeColor=light-dark(#6F0000,#990000);" value="">
          <mxGeometry relative="1" width="100" as="geometry">
            <mxPoint x="119" y="-190" as="sourcePoint" />
            <mxPoint x="650" y="-190" as="targetPoint" />
          </mxGeometry>
        </mxCell>
        <mxCell id="KA4s85TejAeM4imuWEd4-25" edge="1" parent="1" source="7WdlsepIOddqpcRV5udR-1" style="shape=link;html=1;rounded=0;fillColor=#a20025;strokeColor=light-dark(#6F0000,#990000);exitX=-0.001;exitY=0.076;exitDx=0;exitDy=0;exitPerimeter=0;" value="">
          <mxGeometry relative="1" width="100" as="geometry">
            <mxPoint x="130" y="-940" as="sourcePoint" />
            <mxPoint x="650" y="-940" as="targetPoint" />
          </mxGeometry>
        </mxCell>
        <mxCell id="KA4s85TejAeM4imuWEd4-26" edge="1" parent="1" style="shape=link;html=1;rounded=0;fillColor=#a20025;strokeColor=light-dark(#6F0000,#990000);" value="">
          <mxGeometry relative="1" width="100" as="geometry">
            <mxPoint x="124" y="-660" as="sourcePoint" />
            <mxPoint x="650" y="-660" as="targetPoint" />
          </mxGeometry>
        </mxCell>
-         <mxCell id="KA4s85TejAeM4imuWEd4-27" parent="1" style="ellipse;whiteSpace=wrap;html=1;rounded=0;" value="&lt;font style=&quot;font-size: 18px;&quot;&gt;Visualizar Sessões&lt;/font&gt;" vertex="1">
+         <mxCell id="KA4s85TejAeM4imuWEd4-27" parent="1" style="ellipse;whiteSpace=wrap;html=1;rounded=0;" value="&lt;font style=&quot;font-size: 20px;&quot;&gt;&lt;b style=&quot;&quot;&gt;Visualizar Sessões&lt;/b&gt;&lt;/font&gt;" vertex="1">
          <mxGeometry height="80" width="120" x="170" y="-130" as="geometry" />
        </mxCell>
        <mxCell id="nn_2OTvaOABaz-Tw27n3-14" edge="1" parent="1" source="KA4s85TejAeM4imuWEd4-28" style="edgeStyle=orthogonalEdgeStyle;rounded=0;orthogonalLoop=1;jettySize=auto;html=1;exitX=1;exitY=0.5;exitDx=0;exitDy=0;entryX=1;entryY=0.5;entryDx=0;entryDy=0;dashed=1;" target="KA4s85TejAeM4imuWEd4-30">
          <mxGeometry relative="1" as="geometry" />
        </mxCell>
-         <mxCell id="nn_2OTvaOABaz-Tw27n3-17" connectable="0" parent="nn_2OTvaOABaz-Tw27n3-14" style="edgeLabel;html=1;align=center;verticalAlign=middle;resizable=0;points=[];rounded=0;" value="&amp;lt;&amp;lt;INCLUDE&amp;gt;&amp;gt;" vertex="1">
+         <mxCell id="nn_2OTvaOABaz-Tw27n3-17" connectable="0" parent="nn_2OTvaOABaz-Tw27n3-14" style="edgeLabel;html=1;align=center;verticalAlign=middle;resizable=0;points=[];rounded=0;" value="&lt;b&gt;&amp;lt;&amp;lt;INCLUDE&amp;gt;&amp;gt;&lt;/b&gt;" vertex="1">
          <mxGeometry relative="1" x="-0.3527" y="1" as="geometry">
            <mxPoint as="offset" />
          </mxGeometry>
        </mxCell>
-         <mxCell id="KA4s85TejAeM4imuWEd4-28" parent="1" style="ellipse;whiteSpace=wrap;html=1;rounded=0;" value="&lt;font style=&quot;font-size: 18px;&quot;&gt;Criar Sessão&lt;/font&gt;" vertex="1">
+         <mxCell id="KA4s85TejAeM4imuWEd4-28" parent="1" style="ellipse;whiteSpace=wrap;html=1;rounded=0;" value="&lt;font style=&quot;font-size: 20px;&quot;&gt;&lt;b style=&quot;&quot;&gt;Criar Sessão&lt;/b&gt;&lt;/font&gt;" vertex="1">
          <mxGeometry height="80" width="120" x="170" as="geometry" />
        </mxCell>
        <mxCell id="nn_2OTvaOABaz-Tw27n3-16" edge="1" parent="1" source="KA4s85TejAeM4imuWEd4-29" style="edgeStyle=orthogonalEdgeStyle;rounded=0;orthogonalLoop=1;jettySize=auto;html=1;exitX=0.5;exitY=0;exitDx=0;exitDy=0;entryX=0.5;entryY=1;entryDx=0;entryDy=0;dashed=1;" target="KA4s85TejAeM4imuWEd4-28">
          <mxGeometry relative="1" as="geometry" />
        </mxCell>
-         <mxCell id="nn_2OTvaOABaz-Tw27n3-18" connectable="0" parent="nn_2OTvaOABaz-Tw27n3-16" style="edgeLabel;html=1;align=center;verticalAlign=middle;resizable=0;points=[];rounded=0;" value="&amp;lt;&amp;lt;EXTEND&amp;gt;" vertex="1">
+         <mxCell id="nn_2OTvaOABaz-Tw27n3-18" connectable="0" parent="nn_2OTvaOABaz-Tw27n3-16" style="edgeLabel;html=1;align=center;verticalAlign=middle;resizable=0;points=[];rounded=0;" value="&lt;b&gt;&amp;lt;&amp;lt;EXTEND&amp;gt;&lt;/b&gt;" vertex="1">
          <mxGeometry relative="1" x="0.063" y="-2" as="geometry">
            <mxPoint as="offset" />
          </mxGeometry>
        </mxCell>
-         <mxCell id="KA4s85TejAeM4imuWEd4-29" parent="1" style="ellipse;whiteSpace=wrap;html=1;rounded=0;" value="&lt;font style=&quot;font-size: 18px;&quot;&gt;Editar Sessão&lt;/font&gt;" vertex="1">
+         <mxCell id="KA4s85TejAeM4imuWEd4-29" parent="1" style="ellipse;whiteSpace=wrap;html=1;rounded=0;" value="&lt;font style=&quot;font-size: 20px;&quot;&gt;&lt;b style=&quot;&quot;&gt;Editar Sessão&lt;/b&gt;&lt;/font&gt;" vertex="1">
          <mxGeometry height="80" width="120" x="170" y="140" as="geometry" />
        </mxCell>
-         <mxCell id="KA4s85TejAeM4imuWEd4-30" parent="1" style="ellipse;whiteSpace=wrap;html=1;rounded=0;" value="&lt;font style=&quot;font-size: 19px;&quot;&gt;Registrar Observações&lt;/font&gt;" vertex="1">
-           <mxGeometry height="80" width="120" x="170" y="270" as="geometry" />
+         <mxCell id="KA4s85TejAeM4imuWEd4-30" parent="1" style="ellipse;whiteSpace=wrap;html=1;rounded=0;" value="&lt;font style=&quot;font-size: 20px;&quot;&gt;&lt;b style=&quot;&quot;&gt;Registrar Observações&lt;/b&gt;&lt;/font&gt;" vertex="1">
+           <mxGeometry height="90" width="150" x="160" y="260" as="geometry" />
        </mxCell>
        <mxCell id="vPLh9CCOrqmOp60KRUP1-6" edge="1" parent="1" style="shape=link;html=1;rounded=0;fillColor=#a20025;strokeColor=light-dark(#6F0000,#990000);" value="">
          <mxGeometry relative="1" width="100" as="geometry">
            <mxPoint x="120" y="450" as="sourcePoint" />
            <mxPoint x="650" y="450" as="targetPoint" />
          </mxGeometry>
        </mxCell>
-         <mxCell id="vPLh9CCOrqmOp60KRUP1-8" parent="1" style="ellipse;whiteSpace=wrap;html=1;rounded=0;" value="&lt;font style=&quot;font-size: 18px;&quot;&gt;Visualizar Relatórios&lt;/font&gt;" vertex="1">
+         <mxCell id="vPLh9CCOrqmOp60KRUP1-8" parent="1" style="ellipse;whiteSpace=wrap;html=1;rounded=0;" value="&lt;font style=&quot;font-size: 20px;&quot;&gt;&lt;b style=&quot;&quot;&gt;Visualizar Relatórios&lt;/b&gt;&lt;/font&gt;" vertex="1">
          <mxGeometry height="80" width="120" x="170" y="520" as="geometry" />
        </mxCell>
        <mxCell id="vPLh9CCOrqmOp60KRUP1-18" edge="1" parent="1" source="vPLh9CCOrqmOp60KRUP1-9" style="edgeStyle=none;rounded=0;orthogonalLoop=1;jettySize=auto;html=1;exitX=0.5;exitY=0;exitDx=0;exitDy=0;entryX=0.5;entryY=1;entryDx=0;entryDy=0;dashed=1;" target="vPLh9CCOrqmOp60KRUP1-10">
          <mxGeometry relative="1" as="geometry" />
        </mxCell>
        <mxCell id="vPLh9CCOrqmOp60KRUP1-19" connectable="0" parent="vPLh9CCOrqmOp60KRUP1-18" style="edgeLabel;html=1;align=center;verticalAlign=middle;resizable=0;points=[];rounded=0;" value="&amp;lt;&amp;lt;EXTEND&amp;gt;&amp;gt;" vertex="1">
          <mxGeometry relative="1" x="0.0326" as="geometry">
            <mxPoint as="offset" />
          </mxGeometry>
        </mxCell>
-         <mxCell id="vPLh9CCOrqmOp60KRUP1-9" parent="1" style="ellipse;whiteSpace=wrap;html=1;rounded=0;" value="&lt;font style=&quot;font-size: 18px;&quot;&gt;Exportar Relatórios&lt;/font&gt;" vertex="1">
+         <mxCell id="vPLh9CCOrqmOp60KRUP1-9" parent="1" style="ellipse;whiteSpace=wrap;html=1;rounded=0;" value="&lt;font style=&quot;font-size: 20px;&quot;&gt;&lt;b style=&quot;&quot;&gt;Exportar Relatórios&lt;/b&gt;&lt;/font&gt;" vertex="1">
          <mxGeometry height="80" width="120" x="170" y="850" as="geometry" />
        </mxCell>
-         <mxCell id="vPLh9CCOrqmOp60KRUP1-10" parent="1" style="ellipse;whiteSpace=wrap;html=1;rounded=0;" value="&lt;font style=&quot;font-size: 18px;&quot;&gt;Gerar Relatórios&lt;/font&gt;" vertex="1">
+         <mxCell id="vPLh9CCOrqmOp60KRUP1-10" parent="1" style="ellipse;whiteSpace=wrap;html=1;rounded=0;" value="&lt;font style=&quot;font-size: 20px;&quot;&gt;&lt;b style=&quot;&quot;&gt;Gerar Relatórios&lt;/b&gt;&lt;/font&gt;" vertex="1">
          <mxGeometry height="80" width="120" x="170" y="670" as="geometry" />
        </mxCell>
        <mxCell id="vPLh9CCOrqmOp60KRUP1-20" edge="1" parent="1" source="7WdlsepIOddqpcRV5udR-1" style="shape=link;html=1;rounded=0;fillColor=#a20025;strokeColor=light-dark(#6F0000,#990000);edgeStyle=orthogonalEdgeStyle;entryX=1.01;entryY=0.624;entryDx=0;entryDy=0;entryPerimeter=0;exitX=-0.001;exitY=0.624;exitDx=0;exitDy=0;exitPerimeter=0;" target="7WdlsepIOddqpcRV5udR-1" value="">
          <mxGeometry relative="1" width="100" as="geometry">
            <mxPoint x="89" y="990" as="sourcePoint" />
            <mxPoint x="940" y="990" as="targetPoint" />
          </mxGeometry>
        </mxCell>
        <mxCell id="nn_2OTvaOABaz-Tw27n3-7" edge="1" parent="1" source="vPLh9CCOrqmOp60KRUP1-21" style="edgeStyle=orthogonalEdgeStyle;rounded=0;orthogonalLoop=1;jettySize=auto;html=1;exitX=1;exitY=0.5;exitDx=0;exitDy=0;entryX=1;entryY=0.5;entryDx=0;entryDy=0;dashed=1;" target="vPLh9CCOrqmOp60KRUP1-23">
          <mxGeometry relative="1" as="geometry" />
        </mxCell>
-         <mxCell id="nn_2OTvaOABaz-Tw27n3-9" connectable="0" parent="nn_2OTvaOABaz-Tw27n3-7" style="edgeLabel;html=1;align=center;verticalAlign=middle;resizable=0;points=[];rounded=0;" value="&amp;lt;&amp;lt;INCLUDE&amp;gt;&amp;gt;" vertex="1">
+         <mxCell id="nn_2OTvaOABaz-Tw27n3-9" connectable="0" parent="nn_2OTvaOABaz-Tw27n3-7" style="edgeLabel;html=1;align=center;verticalAlign=middle;resizable=0;points=[];rounded=0;" value="&lt;b&gt;&amp;lt;&amp;lt;INCLUDE&amp;gt;&amp;gt;&lt;/b&gt;" vertex="1">
          <mxGeometry relative="1" x="-0.3841" y="1" as="geometry">
            <mxPoint x="-1" y="169" as="offset" />
          </mxGeometry>
        </mxCell>
-         <mxCell id="vPLh9CCOrqmOp60KRUP1-21" parent="1" style="ellipse;whiteSpace=wrap;html=1;rounded=0;" value="&lt;font style=&quot;font-size: 18px;&quot;&gt;Configurar Conta&lt;/font&gt;" vertex="1">
+         <mxCell id="vPLh9CCOrqmOp60KRUP1-21" parent="1" style="ellipse;whiteSpace=wrap;html=1;rounded=0;" value="&lt;font style=&quot;font-size: 20px;&quot;&gt;&lt;b style=&quot;&quot;&gt;Configurar Conta&lt;/b&gt;&lt;/font&gt;" vertex="1">
          <mxGeometry height="80" width="120" x="170" y="1080" as="geometry" />
        </mxCell>
        <mxCell id="nn_2OTvaOABaz-Tw27n3-10" edge="1" parent="1" source="vPLh9CCOrqmOp60KRUP1-22" style="edgeStyle=orthogonalEdgeStyle;rounded=0;orthogonalLoop=1;jettySize=auto;html=1;exitX=0.5;exitY=0;exitDx=0;exitDy=0;entryX=0.5;entryY=1;entryDx=0;entryDy=0;dashed=1;" target="vPLh9CCOrqmOp60KRUP1-21">
          <mxGeometry relative="1" as="geometry" />
        </mxCell>
-         <mxCell id="nn_2OTvaOABaz-Tw27n3-11" connectable="0" parent="nn_2OTvaOABaz-Tw27n3-10" style="edgeLabel;html=1;align=center;verticalAlign=middle;resizable=0;points=[];rounded=0;" value="&amp;lt;&amp;lt;EXTEND&amp;gt;&amp;gt;" vertex="1">
+         <mxCell id="nn_2OTvaOABaz-Tw27n3-11" connectable="0" parent="nn_2OTvaOABaz-Tw27n3-10" style="edgeLabel;html=1;align=center;verticalAlign=middle;resizable=0;points=[];rounded=0;" value="&lt;b&gt;&amp;lt;&amp;lt;EXTEND&amp;gt;&amp;gt;&lt;/b&gt;" vertex="1">
          <mxGeometry relative="1" x="-0.0645" y="1" as="geometry">
            <mxPoint as="offset" />
          </mxGeometry>
        </mxCell>
-         <mxCell id="vPLh9CCOrqmOp60KRUP1-22" parent="1" style="ellipse;whiteSpace=wrap;html=1;rounded=0;" value="&lt;font style=&quot;font-size: 18px;&quot;&gt;Gerenciar Notificações&lt;/font&gt;" vertex="1">
-           <mxGeometry height="80" width="120" x="170" y="1240" as="geometry" />
-         </mxCell>
-         <mxCell id="vPLh9CCOrqmOp60KRUP1-23" parent="1" style="ellipse;whiteSpace=wrap;html=1;rounded=0;" value="&lt;font style=&quot;font-size: 18px;&quot;&gt;Alterar Preferências&lt;/font&gt;" vertex="1">
-           <mxGeometry height="80" width="120" x="170" y="1400" as="geometry" />
+         <mxCell id="vPLh9CCOrqmOp60KRUP1-22" parent="1" style="ellipse;whiteSpace=wrap;html=1;rounded=0;" value="&lt;font style=&quot;font-size: 20px;&quot;&gt;&lt;b style=&quot;&quot;&gt;Gerenciar Notificações&lt;/b&gt;&lt;/font&gt;" vertex="1">
+           <mxGeometry height="90" width="130" x="160" y="1230" as="geometry" />
+         </mxCell>
+         <mxCell id="vPLh9CCOrqmOp60KRUP1-23" parent="1" style="ellipse;whiteSpace=wrap;html=1;rounded=0;" value="&lt;font style=&quot;font-size: 20px;&quot;&gt;&lt;b style=&quot;&quot;&gt;Alterar Preferências&lt;/b&gt;&lt;/font&gt;" vertex="1">
+           <mxGeometry height="90" width="130" x="160" y="1390" as="geometry" />
        </mxCell>
        <mxCell id="nn_2OTvaOABaz-Tw27n3-12" edge="1" parent="1" style="shape=link;html=1;rounded=0;fillColor=#a20025;strokeColor=light-dark(#6F0000,#990000);" value="">
          <mxGeometry relative="1" width="100" as="geometry">
            <mxPoint x="120" y="1620" as="sourcePoint" />
            <mxPoint x="650" y="1620" as="targetPoint" />
          </mxGeometry>
        </mxCell>
-         <mxCell id="nn_2OTvaOABaz-Tw27n3-22" parent="1" style="text;html=1;whiteSpace=wrap;strokeColor=none;fillColor=none;align=center;verticalAlign=middle;rounded=0;" value="LOGIN" vertex="1">
+         <mxCell id="nn_2OTvaOABaz-Tw27n3-22" parent="1" style="text;html=1;whiteSpace=wrap;strokeColor=none;fillColor=none;align=center;verticalAlign=middle;rounded=0;" value="&lt;font style=&quot;font-size: 20px;&quot;&gt;LOGIN&lt;/font&gt;" vertex="1">
          <mxGeometry height="30" width="60" x="350" y="-1180" as="geometry" />
        </mxCell>
-         <mxCell id="nn_2OTvaOABaz-Tw27n3-23" parent="1" style="text;html=1;whiteSpace=wrap;strokeColor=none;fillColor=none;align=center;verticalAlign=middle;rounded=0;" value="PERFIL" vertex="1">
+         <mxCell id="nn_2OTvaOABaz-Tw27n3-23" parent="1" style="text;html=1;whiteSpace=wrap;strokeColor=none;fillColor=none;align=center;verticalAlign=middle;rounded=0;" value="&lt;font style=&quot;font-size: 20px;&quot;&gt;PERFIL&lt;/font&gt;" vertex="1">
          <mxGeometry height="30" width="60" x="350" y="-920" as="geometry" />
        </mxCell>
-         <mxCell id="nn_2OTvaOABaz-Tw27n3-24" parent="1" style="text;html=1;whiteSpace=wrap;strokeColor=none;fillColor=none;align=center;verticalAlign=middle;rounded=0;" value="DASHBOARD" vertex="1">
+         <mxCell id="nn_2OTvaOABaz-Tw27n3-24" parent="1" style="text;html=1;whiteSpace=wrap;strokeColor=none;fillColor=none;align=center;verticalAlign=middle;rounded=0;" value="&lt;font style=&quot;font-size: 20px;&quot;&gt;DASHBOARD&lt;/font&gt;" vertex="1">
          <mxGeometry height="30" width="60" x="350" y="-640" as="geometry" />
        </mxCell>
-         <mxCell id="nn_2OTvaOABaz-Tw27n3-25" parent="1" style="text;html=1;whiteSpace=wrap;strokeColor=none;fillColor=none;align=center;verticalAlign=middle;rounded=0;" value="SESSÕES" vertex="1">
+         <mxCell id="nn_2OTvaOABaz-Tw27n3-25" parent="1" style="text;html=1;whiteSpace=wrap;strokeColor=none;fillColor=none;align=center;verticalAlign=middle;rounded=0;" value="&lt;font style=&quot;font-size: 20px;&quot;&gt;SESSÕES&lt;/font&gt;" vertex="1">
          <mxGeometry height="30" width="60" x="350" y="-160" as="geometry" />
        </mxCell>
-         <mxCell id="nn_2OTvaOABaz-Tw27n3-26" parent="1" style="text;html=1;whiteSpace=wrap;strokeColor=none;fillColor=none;align=center;verticalAlign=middle;rounded=0;" value="RELATÓRIOS" vertex="1">
+         <mxCell id="nn_2OTvaOABaz-Tw27n3-26" parent="1" style="text;html=1;whiteSpace=wrap;strokeColor=none;fillColor=none;align=center;verticalAlign=middle;rounded=0;" value="&lt;font style=&quot;font-size: 20px;&quot;&gt;RELATÓRIOS&lt;/font&gt;" vertex="1">
          <mxGeometry height="30" width="60" x="340" y="480" as="geometry" />
        </mxCell>
-         <mxCell id="nn_2OTvaOABaz-Tw27n3-27" parent="1" style="text;html=1;whiteSpace=wrap;strokeColor=none;fillColor=none;align=center;verticalAlign=middle;rounded=0;" value="CONFIGURAÇÕES" vertex="1">
+         <mxCell id="nn_2OTvaOABaz-Tw27n3-27" parent="1" style="text;html=1;whiteSpace=wrap;strokeColor=none;fillColor=none;align=center;verticalAlign=middle;rounded=0;" value="&lt;font style=&quot;font-size: 20px;&quot;&gt;CONFIGURAÇÕES&lt;/font&gt;" vertex="1">
          <mxGeometry height="30" width="60" x="340" y="1010" as="geometry" />
        </mxCell>
-         <mxCell id="nn_2OTvaOABaz-Tw27n3-29" parent="1" style="text;html=1;whiteSpace=wrap;strokeColor=none;fillColor=none;align=center;verticalAlign=middle;rounded=0;" value="PACIENTES" vertex="1">
+         <mxCell id="nn_2OTvaOABaz-Tw27n3-29" parent="1" style="text;html=1;whiteSpace=wrap;strokeColor=none;fillColor=none;align=center;verticalAlign=middle;rounded=0;" value="&lt;font style=&quot;font-size: 20px;&quot;&gt;PACIENTES&lt;/font&gt;" vertex="1">
          <mxGeometry height="30" width="60" x="340" y="1650" as="geometry" />
        </mxCell>
-         <mxCell id="nn_2OTvaOABaz-Tw27n3-30" parent="1" style="ellipse;whiteSpace=wrap;html=1;rounded=0;" value="&lt;font style=&quot;font-size: 18px;&quot;&gt;Acompanhar Evolução&lt;/font&gt;" vertex="1">
-           <mxGeometry height="80" width="120" x="190" y="2210" as="geometry" />
+         <mxCell id="nn_2OTvaOABaz-Tw27n3-30" parent="1" style="ellipse;whiteSpace=wrap;html=1;rounded=0;" value="&lt;font style=&quot;font-size: 20px;&quot;&gt;&lt;b style=&quot;&quot;&gt;Acompanhar Evolução&lt;/b&gt;&lt;/font&gt;" vertex="1">
+           <mxGeometry height="90" width="130" x="190" y="2200" as="geometry" />
        </mxCell>
        <mxCell id="7CGT-zoI8ROVxwqZq50J-72" edge="1" parent="1" source="nn_2OTvaOABaz-Tw27n3-31" style="edgeStyle=orthogonalEdgeStyle;rounded=0;orthogonalLoop=1;jettySize=auto;html=1;exitX=0.5;exitY=0;exitDx=0;exitDy=0;entryX=0.5;entryY=1;entryDx=0;entryDy=0;dashed=1;endArrow=none;endFill=0;startArrow=classic;startFill=1;" target="nn_2OTvaOABaz-Tw27n3-32">
          <mxGeometry relative="1" as="geometry" />
        </mxCell>
-         <mxCell id="7CGT-zoI8ROVxwqZq50J-73" connectable="0" parent="7CGT-zoI8ROVxwqZq50J-72" style="edgeLabel;html=1;align=center;verticalAlign=middle;resizable=0;points=[];" value="&amp;lt;&amp;lt;EXTEND&amp;gt;&amp;gt;" vertex="1">
+         <mxCell id="7CGT-zoI8ROVxwqZq50J-73" connectable="0" parent="7CGT-zoI8ROVxwqZq50J-72" style="edgeLabel;html=1;align=center;verticalAlign=middle;resizable=0;points=[];" value="&lt;b&gt;&amp;lt;&amp;lt;EXTEND&amp;gt;&amp;gt;&lt;/b&gt;" vertex="1">
          <mxGeometry relative="1" x="-0.0417" as="geometry">
            <mxPoint y="-1" as="offset" />
          </mxGeometry>
        </mxCell>
-         <mxCell id="nn_2OTvaOABaz-Tw27n3-31" parent="1" style="ellipse;whiteSpace=wrap;html=1;rounded=0;" value="&lt;font style=&quot;font-size: 18px;&quot;&gt;Atualizar Paciente&lt;/font&gt;" vertex="1">
+         <mxCell id="nn_2OTvaOABaz-Tw27n3-31" parent="1" style="ellipse;whiteSpace=wrap;html=1;rounded=0;" value="&lt;font style=&quot;font-size: 20px;&quot;&gt;&lt;b style=&quot;&quot;&gt;Atualizar Paciente&lt;/b&gt;&lt;/font&gt;" vertex="1">
          <mxGeometry height="80" width="120" x="190" y="2050" as="geometry" />
        </mxCell>
        <mxCell id="7CGT-zoI8ROVxwqZq50J-70" edge="1" parent="1" source="nn_2OTvaOABaz-Tw27n3-32" style="edgeStyle=orthogonalEdgeStyle;rounded=0;orthogonalLoop=1;jettySize=auto;html=1;exitX=0.5;exitY=0;exitDx=0;exitDy=0;entryX=0.5;entryY=1;entryDx=0;entryDy=0;dashed=1;" target="nn_2OTvaOABaz-Tw27n3-33">
          <mxGeometry relative="1" as="geometry" />
        </mxCell>
-         <mxCell id="7CGT-zoI8ROVxwqZq50J-71" connectable="0" parent="7CGT-zoI8ROVxwqZq50J-70" style="edgeLabel;html=1;align=center;verticalAlign=middle;resizable=0;points=[];" value="&amp;lt;&amp;lt;INCLUDE&amp;gt;&amp;gt;" vertex="1">
+         <mxCell id="7CGT-zoI8ROVxwqZq50J-71" connectable="0" parent="7CGT-zoI8ROVxwqZq50J-70" style="edgeLabel;html=1;align=center;verticalAlign=middle;resizable=0;points=[];" value="&lt;b&gt;&amp;lt;&amp;lt;INCLUDE&amp;gt;&amp;gt;&lt;/b&gt;" vertex="1">
          <mxGeometry relative="1" x="-0.0972" y="-1" as="geometry">
            <mxPoint y="1" as="offset" />
          </mxGeometry>
        </mxCell>
-         <mxCell id="nn_2OTvaOABaz-Tw27n3-32" parent="1" style="ellipse;whiteSpace=wrap;html=1;rounded=0;" value="&lt;font style=&quot;font-size: 18px;&quot;&gt;Visualizar Paciente&lt;/font&gt;" vertex="1">
+         <mxCell id="nn_2OTvaOABaz-Tw27n3-32" parent="1" style="ellipse;whiteSpace=wrap;html=1;rounded=0;" value="&lt;font style=&quot;font-size: 20px;&quot;&gt;&lt;b style=&quot;&quot;&gt;Visualizar Paciente&lt;/b&gt;&lt;/font&gt;" vertex="1">
          <mxGeometry height="80" width="120" x="190" y="1890" as="geometry" />
        </mxCell>
-         <mxCell id="nn_2OTvaOABaz-Tw27n3-33" parent="1" style="ellipse;whiteSpace=wrap;html=1;rounded=0;" value="&lt;font style=&quot;font-size: 18px;&quot;&gt;Cadastrar Paciente&lt;/font&gt;" vertex="1">
+         <mxCell id="nn_2OTvaOABaz-Tw27n3-33" parent="1" style="ellipse;whiteSpace=wrap;html=1;rounded=0;" value="&lt;font style=&quot;font-size: 20px;&quot;&gt;&lt;b style=&quot;&quot;&gt;Cadastrar Paciente&lt;/b&gt;&lt;/font&gt;" vertex="1">
          <mxGeometry height="80" width="120" x="190" y="1730" as="geometry" />
        </mxCell>
        <mxCell id="7CGT-zoI8ROVxwqZq50J-16" parent="1" style="text;html=1;whiteSpace=wrap;strokeColor=none;fillColor=none;align=center;verticalAlign=middle;rounded=0;" value="&lt;font style=&quot;font-size: 18px;&quot;&gt;1..*&lt;/font&gt;" vertex="1">
          <mxGeometry height="30" width="60" x="160" y="-1010" as="geometry" />
        </mxCell>
        <mxCell id="7CGT-zoI8ROVxwqZq50J-17" parent="1" style="text;html=1;whiteSpace=wrap;strokeColor=none;fillColor=none;align=center;verticalAlign=middle;rounded=0;" value="&lt;font style=&quot;font-size: 18px;&quot;&gt;0..*&lt;/font&gt;" vertex="1">
          <mxGeometry height="30" width="60" x="170" y="-830" as="geometry" />
        </mxCell>
        <mxCell id="7CGT-zoI8ROVxwqZq50J-18" parent="1" style="text;html=1;whiteSpace=wrap;strokeColor=none;fillColor=none;align=center;verticalAlign=middle;rounded=0;" value="&lt;font style=&quot;font-size: 18px;&quot;&gt;0..*&lt;/font&gt;" vertex="1">
          <mxGeometry height="30" width="60" x="170" y="-690" as="geometry" />
        </mxCell>
        <mxCell id="7CGT-zoI8ROVxwqZq50J-21" parent="1" style="text;html=1;whiteSpace=wrap;strokeColor=none;fillColor=none;align=center;verticalAlign=middle;rounded=0;" value="&lt;font style=&quot;font-size: 18px;&quot;&gt;1..*&lt;/font&gt;" vertex="1">
          <mxGeometry height="30" width="60" x="160" y="-549" as="geometry" />
        </mxCell>
        <mxCell id="7CGT-zoI8ROVxwqZq50J-22" parent="1" style="text;html=1;whiteSpace=wrap;strokeColor=none;fillColor=none;align=center;verticalAlign=middle;rounded=0;" value="&lt;font style=&quot;font-size: 18px;&quot;&gt;0..*&lt;/font&gt;" vertex="1">
          <mxGeometry height="30" width="60" x="160" y="-410" as="geometry" />
        </mxCell>
        <mxCell id="7CGT-zoI8ROVxwqZq50J-23" parent="1" style="text;html=1;whiteSpace=wrap;strokeColor=none;fillColor=none;align=center;verticalAlign=middle;rounded=0;" value="&lt;font style=&quot;font-size: 18px;&quot;&gt;0..*&lt;/font&gt;" vertex="1">
          <mxGeometry height="30" width="60" x="160" y="-260" as="geometry" />
        </mxCell>
        <mxCell id="7CGT-zoI8ROVxwqZq50J-24" parent="1" style="text;html=1;whiteSpace=wrap;strokeColor=none;fillColor=none;align=center;verticalAlign=middle;rounded=0;" value="&lt;font style=&quot;font-size: 18px;&quot;&gt;0..*&lt;/font&gt;" vertex="1">
          <mxGeometry height="30" width="60" x="160" y="-40" as="geometry" />
        </mxCell>
        <mxCell id="7CGT-zoI8ROVxwqZq50J-28" parent="1" style="text;html=1;whiteSpace=wrap;strokeColor=none;fillColor=none;align=center;verticalAlign=middle;rounded=0;" value="&lt;font style=&quot;font-size: 18px;&quot;&gt;0..*&lt;/font&gt;" vertex="1">
          <mxGeometry height="30" width="60" x="160" y="600" as="geometry" />
        </mxCell>
        <mxCell id="7CGT-zoI8ROVxwqZq50J-29" parent="1" style="text;html=1;whiteSpace=wrap;strokeColor=none;fillColor=none;align=center;verticalAlign=middle;rounded=0;" value="&lt;font style=&quot;font-size: 18px;&quot;&gt;0..*&lt;/font&gt;" vertex="1">
          <mxGeometry height="30" width="60" x="160" y="1170" as="geometry" />
        </mxCell>
        <mxCell id="7CGT-zoI8ROVxwqZq50J-30" parent="1" style="text;html=1;whiteSpace=wrap;strokeColor=none;fillColor=none;align=center;verticalAlign=middle;rounded=0;" value="&lt;font style=&quot;font-size: 18px;&quot;&gt;0..*&lt;/font&gt;" vertex="1">
          <mxGeometry height="30" width="60" x="160" y="1320" as="geometry" />
        </mxCell>
        <mxCell id="7CGT-zoI8ROVxwqZq50J-31" parent="1" style="text;html=1;whiteSpace=wrap;strokeColor=none;fillColor=none;align=center;verticalAlign=middle;rounded=0;" value="&lt;font style=&quot;font-size: 18px;&quot;&gt;0..*&lt;/font&gt;" vertex="1">
          <mxGeometry height="30" width="60" x="160" y="1480" as="geometry" />
        </mxCell>
        <mxCell id="7CGT-zoI8ROVxwqZq50J-32" parent="1" style="text;html=1;whiteSpace=wrap;strokeColor=none;fillColor=none;align=center;verticalAlign=middle;rounded=0;" value="&lt;font style=&quot;font-size: 18px;&quot;&gt;1..*&lt;/font&gt;" vertex="1">
          <mxGeometry height="30" width="60" x="160" y="1960" as="geometry" />
        </mxCell>
        <mxCell id="7CGT-zoI8ROVxwqZq50J-33" parent="1" style="text;html=1;whiteSpace=wrap;strokeColor=none;fillColor=none;align=center;verticalAlign=middle;rounded=0;" value="&lt;font style=&quot;font-size: 18px;&quot;&gt;0..*&lt;/font&gt;" vertex="1">
          <mxGeometry height="30" width="60" x="160" y="2280" as="geometry" />
        </mxCell>
        <mxCell id="7CGT-zoI8ROVxwqZq50J-35" parent="1" style="text;html=1;whiteSpace=wrap;strokeColor=none;fillColor=none;align=center;verticalAlign=middle;rounded=0;" value="&lt;font style=&quot;font-size: 18px;&quot;&gt;1..*&lt;/font&gt;" vertex="1">
          <mxGeometry height="30" width="60" x="260" y="-1010" as="geometry" />
        </mxCell>
        <mxCell id="7CGT-zoI8ROVxwqZq50J-38" parent="1" style="text;html=1;whiteSpace=wrap;strokeColor=none;fillColor=none;align=center;verticalAlign=middle;rounded=0;" value="&lt;font style=&quot;font-size: 18px;&quot;&gt;0..*&lt;/font&gt;" vertex="1">
          <mxGeometry height="30" width="60" x="260" y="-830" as="geometry" />
        </mxCell>
        <mxCell id="7CGT-zoI8ROVxwqZq50J-43" parent="1" style="text;html=1;whiteSpace=wrap;strokeColor=none;fillColor=none;align=center;verticalAlign=middle;rounded=0;" value="&lt;font style=&quot;font-size: 18px;&quot;&gt;0..*&lt;/font&gt;" vertex="1">
          <mxGeometry height="30" width="60" x="270" y="-690" as="geometry" />
        </mxCell>
        <mxCell id="7CGT-zoI8ROVxwqZq50J-45" parent="1" style="text;html=1;whiteSpace=wrap;strokeColor=none;fillColor=none;align=center;verticalAlign=middle;rounded=0;" value="&lt;font style=&quot;font-size: 18px;&quot;&gt;1..*&lt;/font&gt;" vertex="1">
          <mxGeometry height="30" width="60" x="270" y="-549" as="geometry" />
        </mxCell>
        <mxCell id="7CGT-zoI8ROVxwqZq50J-46" parent="1" style="text;html=1;whiteSpace=wrap;strokeColor=none;fillColor=none;align=center;verticalAlign=middle;rounded=0;" value="&lt;font style=&quot;font-size: 18px;&quot;&gt;0..*&lt;/font&gt;" vertex="1">
          <mxGeometry height="30" width="60" x="250" y="-410" as="geometry" />
        </mxCell>
        <mxCell id="7CGT-zoI8ROVxwqZq50J-47" parent="1" style="text;html=1;whiteSpace=wrap;strokeColor=none;fillColor=none;align=center;verticalAlign=middle;rounded=0;" value="&lt;font style=&quot;font-size: 18px;&quot;&gt;0..*&lt;/font&gt;" vertex="1">
          <mxGeometry height="30" width="60" x="265" y="-260" as="geometry" />
        </mxCell>
        <mxCell id="7CGT-zoI8ROVxwqZq50J-48" parent="1" style="text;html=1;whiteSpace=wrap;strokeColor=none;fillColor=none;align=center;verticalAlign=middle;rounded=0;" value="&lt;font style=&quot;font-size: 18px;&quot;&gt;0..*&lt;/font&gt;" vertex="1">
          <mxGeometry height="30" width="60" x="270" y="-40" as="geometry" />
        </mxCell>
        <mxCell id="7CGT-zoI8ROVxwqZq50J-49" parent="1" style="text;html=1;whiteSpace=wrap;strokeColor=none;fillColor=none;align=center;verticalAlign=middle;rounded=0;" value="&lt;font style=&quot;font-size: 18px;&quot;&gt;0..*&lt;/font&gt;" vertex="1">
          <mxGeometry height="30" width="60" x="265" y="70" as="geometry" />
        </mxCell>
        <mxCell id="7CGT-zoI8ROVxwqZq50J-52" parent="1" style="text;html=1;whiteSpace=wrap;strokeColor=none;fillColor=none;align=center;verticalAlign=middle;rounded=0;" value="&lt;font style=&quot;font-size: 18px;&quot;&gt;0..*&lt;/font&gt;" vertex="1">
          <mxGeometry height="30" width="60" x="265" y="210" as="geometry" />
        </mxCell>
        <mxCell id="7CGT-zoI8ROVxwqZq50J-53" parent="1" style="text;html=1;whiteSpace=wrap;strokeColor=none;fillColor=none;align=center;verticalAlign=middle;rounded=0;" value="&lt;font style=&quot;font-size: 18px;&quot;&gt;0..*&lt;/font&gt;" vertex="1">
          <mxGeometry height="30" width="60" x="270" y="340" as="geometry" />
        </mxCell>
        <mxCell id="7CGT-zoI8ROVxwqZq50J-54" parent="1" style="text;html=1;whiteSpace=wrap;strokeColor=none;fillColor=none;align=center;verticalAlign=middle;rounded=0;" value="&lt;font style=&quot;font-size: 18px;&quot;&gt;0..*&lt;/font&gt;" vertex="1">
          <mxGeometry height="30" width="60" x="260" y="600" as="geometry" />
        </mxCell>
        <mxCell id="7CGT-zoI8ROVxwqZq50J-55" parent="1" style="text;html=1;whiteSpace=wrap;strokeColor=none;fillColor=none;align=center;verticalAlign=middle;rounded=0;" value="&lt;font style=&quot;font-size: 18px;&quot;&gt;0..*&lt;/font&gt;" vertex="1">
          <mxGeometry height="30" width="60" x="260" y="760" as="geometry" />
        </mxCell>
        <mxCell id="7CGT-zoI8ROVxwqZq50J-56" parent="1" style="text;html=1;whiteSpace=wrap;strokeColor=none;fillColor=none;align=center;verticalAlign=middle;rounded=0;" value="&lt;font style=&quot;font-size: 18px;&quot;&gt;0..*&lt;/font&gt;" vertex="1">
          <mxGeometry height="30" width="60" x="260" y="920" as="geometry" />
        </mxCell>
        <mxCell id="7CGT-zoI8ROVxwqZq50J-57" parent="1" style="text;html=1;whiteSpace=wrap;strokeColor=none;fillColor=none;align=center;verticalAlign=middle;rounded=0;" value="&lt;font style=&quot;font-size: 18px;&quot;&gt;0..*&lt;/font&gt;" vertex="1">
          <mxGeometry height="30" width="60" x="260" y="1170" as="geometry" />
        </mxCell>
        <mxCell id="7CGT-zoI8ROVxwqZq50J-58" parent="1" style="text;html=1;whiteSpace=wrap;strokeColor=none;fillColor=none;align=center;verticalAlign=middle;rounded=0;" value="&lt;font style=&quot;font-size: 18px;&quot;&gt;0..*&lt;/font&gt;" vertex="1">
          <mxGeometry height="30" width="60" x="260" y="1320" as="geometry" />
        </mxCell>
        <mxCell id="7CGT-zoI8ROVxwqZq50J-59" parent="1" style="text;html=1;whiteSpace=wrap;strokeColor=none;fillColor=none;align=center;verticalAlign=middle;rounded=0;" value="&lt;font style=&quot;font-size: 18px;&quot;&gt;0..*&lt;/font&gt;" vertex="1">
          <mxGeometry height="30" width="60" x="260" y="1480" as="geometry" />
        </mxCell>
        <mxCell id="7CGT-zoI8ROVxwqZq50J-62" parent="1" style="text;html=1;whiteSpace=wrap;strokeColor=none;fillColor=none;align=center;verticalAlign=middle;rounded=0;" value="&lt;font style=&quot;font-size: 18px;&quot;&gt;1..*&lt;/font&gt;" vertex="1">
          <mxGeometry height="30" width="60" x="280" y="1960" as="geometry" />
        </mxCell>
        <mxCell id="7CGT-zoI8ROVxwqZq50J-63" parent="1" style="text;html=1;whiteSpace=wrap;strokeColor=none;fillColor=none;align=center;verticalAlign=middle;rounded=0;" value="&lt;font style=&quot;font-size: 18px;&quot;&gt;0..*&lt;/font&gt;" vertex="1">
          <mxGeometry height="30" width="60" x="280" y="1810" as="geometry" />
        </mxCell>
        <mxCell id="7CGT-zoI8ROVxwqZq50J-66" parent="1" style="text;html=1;whiteSpace=wrap;strokeColor=none;fillColor=none;align=center;verticalAlign=middle;rounded=0;" value="&lt;font style=&quot;font-size: 18px;&quot;&gt;0..*&lt;/font&gt;" vertex="1">
          <mxGeometry height="30" width="60" x="280" y="2120" as="geometry" />
        </mxCell>
        <mxCell id="7CGT-zoI8ROVxwqZq50J-67" parent="1" style="text;html=1;whiteSpace=wrap;strokeColor=none;fillColor=none;align=center;verticalAlign=middle;rounded=0;" value="&lt;font style=&quot;font-size: 18px;&quot;&gt;0..*&lt;/font&gt;" vertex="1">
          <mxGeometry height="30" width="60" x="280" y="2280" as="geometry" />
        </mxCell>
      </root>
    </mxGraphModel>
  </diagram>
</mxfile>
